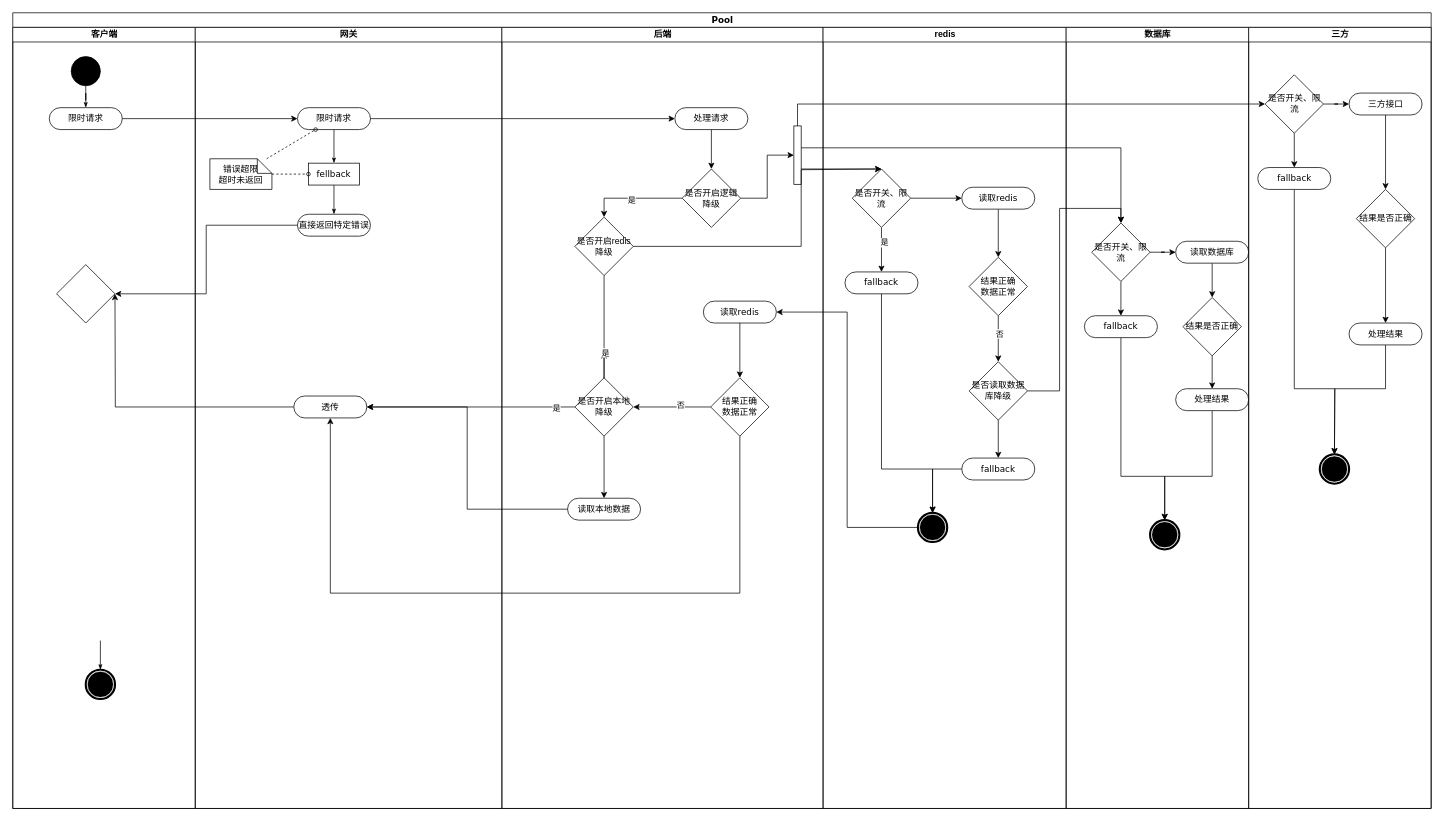
Before: 促稳保活.drawio in liudebin/drawIo, a draw.io diagram. Source tidied: cells renumbered, new cells numbered last; positions are measured from the earlier drawing's top-left corner, leaving out a move shared by most shapes. Both pictures are drawn from the tidied source at 73%, with x=0, y=0 at pixel (12, 12).
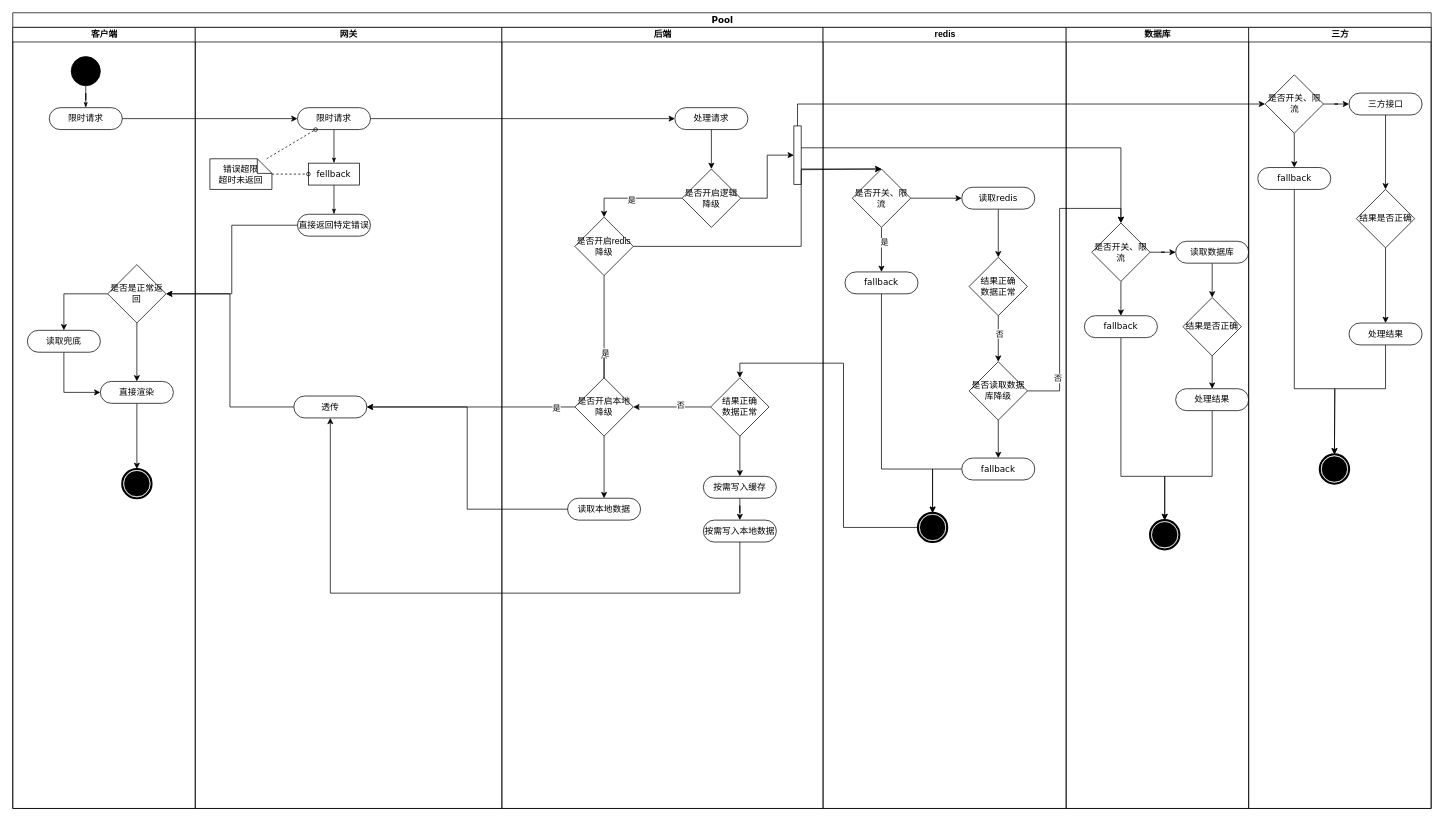
After the change.

Commit message:
更新促稳保活.drawio

The change refers to these unchanged cells:
```xml
<mxCell id="2" value="Pool" style="swimlane;html=1;startSize=20;rounded=0;shadow=0;comic=0;labelBackgroundColor=none;strokeWidth=1;fontFamily=Verdana;fontSize=12;align=center;" parent="1" vertex="1">
  <mxGeometry width="1943" height="1090" as="geometry" />
</mxCell>
<mxCell id="3" value="客户端" style="swimlane;html=1;startSize=20;" parent="2" vertex="1">
  <mxGeometry y="20" width="250" height="1070" as="geometry" />
</mxCell>
<mxCell id="10" value="网关" style="swimlane;html=1;startSize=20;" parent="2" vertex="1">
  <mxGeometry x="250" y="20" width="420" height="1070" as="geometry" />
</mxCell>
<mxCell id="20" value="透传" style="rounded=1;whiteSpace=wrap;html=1;shadow=0;comic=0;labelBackgroundColor=none;strokeWidth=1;fontFamily=Verdana;fontSize=12;align=center;arcSize=50;" parent="10" vertex="1">
  <mxGeometry x="135" y="505" width="100" height="30" as="geometry" />
</mxCell>
<mxCell id="21" value="后端" style="swimlane;html=1;startSize=20;" parent="2" vertex="1">
  <mxGeometry x="670" y="20" width="440" height="1070" as="geometry" />
</mxCell>
<mxCell id="37" value="结果正确&lt;br&gt;数据正常" style="rhombus;whiteSpace=wrap;html=1;" parent="21" vertex="1">
  <mxGeometry x="286" y="480" width="80" height="80" as="geometry" />
</mxCell>
<mxCell id="43" style="shape=mxgraph.bpmn.shape;html=1;verticalLabelPosition=bottom;labelBackgroundColor=#ffffff;verticalAlign=top;perimeter=ellipsePerimeter;outline=end;symbol=terminate;rounded=0;shadow=0;comic=0;strokeWidth=1;fontFamily=Verdana;fontSize=12;align=center;" parent="40" vertex="1">
  <mxGeometry x="130" y="665" width="40" height="40" as="geometry" />
</mxCell>
<mxCell id="77" style="edgeStyle=orthogonalEdgeStyle;rounded=0;jettySize=auto;html=1;entryX=0.5;entryY=0;entryDx=0;entryDy=0;" parent="2" edge="1" source="48" target="64">
  <mxGeometry relative="1" as="geometry" />
</mxCell>
```

What changed in the source:
```diff
@@
-    <mxCell id="7" style="edgeStyle=none;rounded=0;html=1;labelBackgroundColor=none;startArrow=none;startFill=0;startSize=5;endArrow=classicThin;endFill=1;endSize=5;jettySize=auto;strokeWidth=1;fontFamily=Verdana;fontSize=12;" parent="3" edge="1" target="8">
-      <mxGeometry relative="1" as="geometry">
-        <mxPoint x="120" y="840" as="sourcePoint" />
-      </mxGeometry>
-    </mxCell>
-    <mxCell id="8" style="shape=mxgraph.bpmn.shape;html=1;verticalLabelPosition=bottom;labelBackgroundColor=#ffffff;verticalAlign=top;perimeter=ellipsePerimeter;outline=end;symbol=terminate;rounded=0;shadow=0;comic=0;strokeWidth=1;fontFamily=Verdana;fontSize=12;align=center;" parent="3" vertex="1">
-      <mxGeometry x="100" y="880" width="40" height="40" as="geometry" />
-    </mxCell>
+    <mxCell id="98" style="edgeStyle=orthogonalEdgeStyle;rounded=0;jettySize=auto;html=1;entryX=0.5;entryY=0;entryDx=0;entryDy=0;" parent="3" edge="1" source="9" target="101">
+      <mxGeometry relative="1" as="geometry" />
+    </mxCell>
+    <mxCell id="99" style="edgeStyle=orthogonalEdgeStyle;rounded=0;jettySize=auto;html=1;entryX=0.5;entryY=0;entryDx=0;entryDy=0;" parent="3" edge="1" source="9" target="103">
+      <mxGeometry relative="1" as="geometry" />
+    </mxCell>
-    <mxCell id="9" style="rhombus;whiteSpace=wrap;html=1;" parent="3" vertex="1">
-      <mxGeometry x="60" y="325" width="80" height="80" as="geometry" />
+    <mxCell id="9" value="是否是正常返回" style="rhombus;whiteSpace=wrap;html=1;" parent="3" vertex="1">
+      <mxGeometry x="130" y="325" width="80" height="80" as="geometry" />
     </mxCell>
+    <mxCell id="100" style="edgeStyle=orthogonalEdgeStyle;rounded=0;jettySize=auto;html=1;entryX=0.5;entryY=0;entryDx=0;entryDy=0;" parent="3" edge="1" source="101" target="104">
+      <mxGeometry relative="1" as="geometry" />
+    </mxCell>
+    <mxCell id="101" value="直接渲染" style="rounded=1;whiteSpace=wrap;html=1;shadow=0;comic=0;labelBackgroundColor=none;strokeWidth=1;fontFamily=Verdana;fontSize=12;align=center;arcSize=50;" parent="3" vertex="1">
+      <mxGeometry x="120" y="485" width="100" height="30" as="geometry" />
+    </mxCell>
+    <mxCell id="102" style="edgeStyle=orthogonalEdgeStyle;rounded=0;jettySize=auto;html=1;entryX=0;entryY=0.5;entryDx=0;entryDy=0;" parent="3" edge="1" source="103" target="101">
+      <mxGeometry relative="1" as="geometry" />
+    </mxCell>
+    <mxCell id="103" value="读取兜底" style="rounded=1;whiteSpace=wrap;html=1;shadow=0;comic=0;labelBackgroundColor=none;strokeWidth=1;fontFamily=Verdana;fontSize=12;align=center;arcSize=50;" parent="3" vertex="1">
+      <mxGeometry x="20" y="415" width="100" height="30" as="geometry" />
+    </mxCell>
+    <mxCell id="104" style="shape=mxgraph.bpmn.shape;html=1;verticalLabelPosition=bottom;labelBackgroundColor=#ffffff;verticalAlign=top;perimeter=ellipsePerimeter;outline=end;symbol=terminate;rounded=0;shadow=0;comic=0;strokeWidth=1;fontFamily=Verdana;fontSize=12;align=center;" parent="3" vertex="1">
+      <mxGeometry x="150" y="605" width="40" height="40" as="geometry" />
+    </mxCell>
@@
-    <mxCell id="19" style="edgeStyle=orthogonalEdgeStyle;rounded=0;jettySize=auto;html=1;" parent="10" edge="1" source="20">
-      <mxGeometry relative="1" as="geometry">
-        <mxPoint x="-110" y="365" as="targetPoint" />
-      </mxGeometry>
-    </mxCell>
@@
-    <mxCell id="33" style="edgeStyle=orthogonalEdgeStyle;rounded=0;jettySize=auto;html=1;" parent="21" edge="1" source="34" target="37">
-      <mxGeometry relative="1" as="geometry" />
-    </mxCell>
-    <mxCell id="34" value="读取redis" style="rounded=1;whiteSpace=wrap;html=1;shadow=0;comic=0;labelBackgroundColor=none;strokeWidth=1;fontFamily=Verdana;fontSize=12;align=center;arcSize=50;" parent="21" vertex="1">
-      <mxGeometry x="276" y="375" width="100" height="30" as="geometry" />
-    </mxCell>
@@
+    <mxCell id="105" style="edgeStyle=orthogonalEdgeStyle;rounded=0;jettySize=auto;html=1;entryX=0.5;entryY=0;entryDx=0;entryDy=0;" parent="21" edge="1" source="37" target="107">
+      <mxGeometry relative="1" as="geometry" />
+    </mxCell>
@@
+    <mxCell id="106" style="edgeStyle=orthogonalEdgeStyle;rounded=0;jettySize=auto;html=1;entryX=0.5;entryY=0;entryDx=0;entryDy=0;" parent="21" edge="1" source="107" target="108">
+      <mxGeometry relative="1" as="geometry" />
+    </mxCell>
+    <mxCell id="107" value="按需写入缓存" style="rounded=1;whiteSpace=wrap;html=1;shadow=0;comic=0;labelBackgroundColor=none;strokeWidth=1;fontFamily=Verdana;fontSize=12;align=center;arcSize=50;" parent="21" vertex="1">
+      <mxGeometry x="276" y="615" width="100" height="30" as="geometry" />
+    </mxCell>
+    <mxCell id="108" value="按需写入本地数据" style="rounded=1;whiteSpace=wrap;html=1;shadow=0;comic=0;labelBackgroundColor=none;strokeWidth=1;fontFamily=Verdana;fontSize=12;align=center;arcSize=50;" parent="21" vertex="1">
+      <mxGeometry x="276" y="675" width="100" height="30" as="geometry" />
+    </mxCell>
@@
+    <mxCell id="109" value="否" style="edgeLabel;html=1;align=center;verticalAlign=middle;" parent="77" vertex="1">
+      <mxGeometry x="-0.69" y="3" relative="1" as="geometry" />
+    </mxCell>
@@
-    <mxCell id="80" style="edgeStyle=orthogonalEdgeStyle;rounded=0;jettySize=auto;html=1;entryX=0.5;entryY=1;entryDx=0;entryDy=0;" parent="2" edge="1" source="37" target="20">
+    <mxCell id="80" style="edgeStyle=orthogonalEdgeStyle;rounded=0;jettySize=auto;html=1;entryX=0.5;entryY=1;entryDx=0;entryDy=0;exitX=0.5;exitY=1;exitDx=0;exitDy=0;" parent="2" edge="1" source="108" target="20">
       <mxGeometry relative="1" as="geometry">
         <Array as="points">
           <mxPoint x="996" y="795" />
           <mxPoint x="435" y="795" />
         </Array>
       </mxGeometry>
     </mxCell>
@@
-    <mxCell id="83" style="edgeStyle=orthogonalEdgeStyle;rounded=0;jettySize=auto;html=1;entryX=1;entryY=0.5;entryDx=0;entryDy=0;" parent="2" edge="1" source="43" target="34">
+    <mxCell id="83" style="edgeStyle=orthogonalEdgeStyle;rounded=0;jettySize=auto;html=1;entryX=0.5;entryY=0;entryDx=0;entryDy=0;" parent="2" edge="1" source="43" target="37">
       <mxGeometry relative="1" as="geometry" />
     </mxCell>
@@
+    <mxCell id="19" style="edgeStyle=orthogonalEdgeStyle;rounded=0;jettySize=auto;html=1;entryX=1;entryY=0.5;entryDx=0;entryDy=0;" parent="2" edge="1" source="20" target="9">
+      <mxGeometry relative="1" as="geometry" />
+    </mxCell>
```
